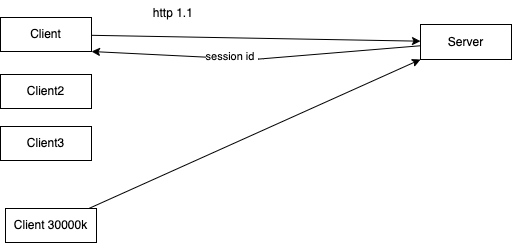
The draw.io diagram images/day3.drawio.png in adithnaveen/ibm-api-testing-jun-2023, before a commit. Source tidied: cells renumbered, new cells last; positions are measured from the earlier drawing's top-left corner, leaving out a move shared by most shapes.
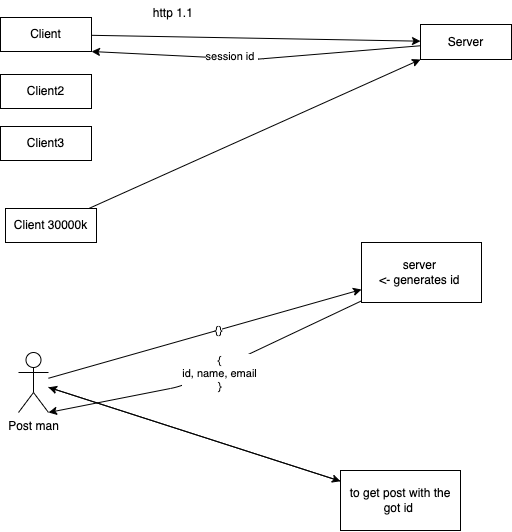
After the change.

Commit message:
after post man session

Change to the diagram source:
```diff
@@ -36,5 +36,33 @@
     <mxCell id="11" value="http 1.1&amp;nbsp;" style="text;html=1;align=center;verticalAlign=middle;strokeColor=none;fillColor=none;" parent="1" vertex="1">
       <mxGeometry x="143" width="61" height="26" as="geometry" />
     </mxCell>
+    <mxCell id="12" style="edgeStyle=none;html=1;" parent="1" edge="1" source="15" target="17">
+      <mxGeometry relative="1" as="geometry" />
+    </mxCell>
+    <mxCell id="13" value="{}" style="edgeLabel;html=1;align=center;verticalAlign=middle;" parent="12" vertex="1">
+      <mxGeometry x="0.09" relative="1" as="geometry" />
+    </mxCell>
+    <mxCell id="14" style="edgeStyle=none;html=1;" parent="1" edge="1" source="15" target="19">
+      <mxGeometry relative="1" as="geometry" />
+    </mxCell>
+    <mxCell id="15" value="Post man" style="shape=umlActor;verticalLabelPosition=bottom;verticalAlign=top;html=1;outlineConnect=0;" parent="1" vertex="1">
+      <mxGeometry x="18" y="352" width="30" height="60" as="geometry" />
+    </mxCell>
+    <mxCell id="16" value="{&lt;br&gt;id, name, email&lt;br&gt;}" style="edgeStyle=none;html=1;entryX=1;entryY=1;entryDx=0;entryDy=0;entryPerimeter=0;" parent="1" edge="1" source="17" target="15">
+      <mxGeometry x="-0.05" y="5" relative="1" as="geometry">
+        <Array as="points">
+          <mxPoint x="180" y="386" />
+        </Array>
+      </mxGeometry>
+    </mxCell>
+    <mxCell id="17" value="server&amp;nbsp;&lt;br&gt;&amp;lt;- generates id&amp;nbsp;" style="rounded=0;whiteSpace=wrap;html=1;" parent="1" vertex="1">
+      <mxGeometry x="361" y="242" width="120" height="60" as="geometry" />
+    </mxCell>
+    <mxCell id="18" style="edgeStyle=none;html=1;" parent="1" edge="1" source="19" target="15">
+      <mxGeometry relative="1" as="geometry" />
+    </mxCell>
+    <mxCell id="19" value="to get post with the got id&amp;nbsp;" style="rounded=0;whiteSpace=wrap;html=1;" parent="1" vertex="1">
+      <mxGeometry x="340" y="470" width="120" height="60" as="geometry" />
+    </mxCell>
   </root>
 </mxGraphModel>
```
